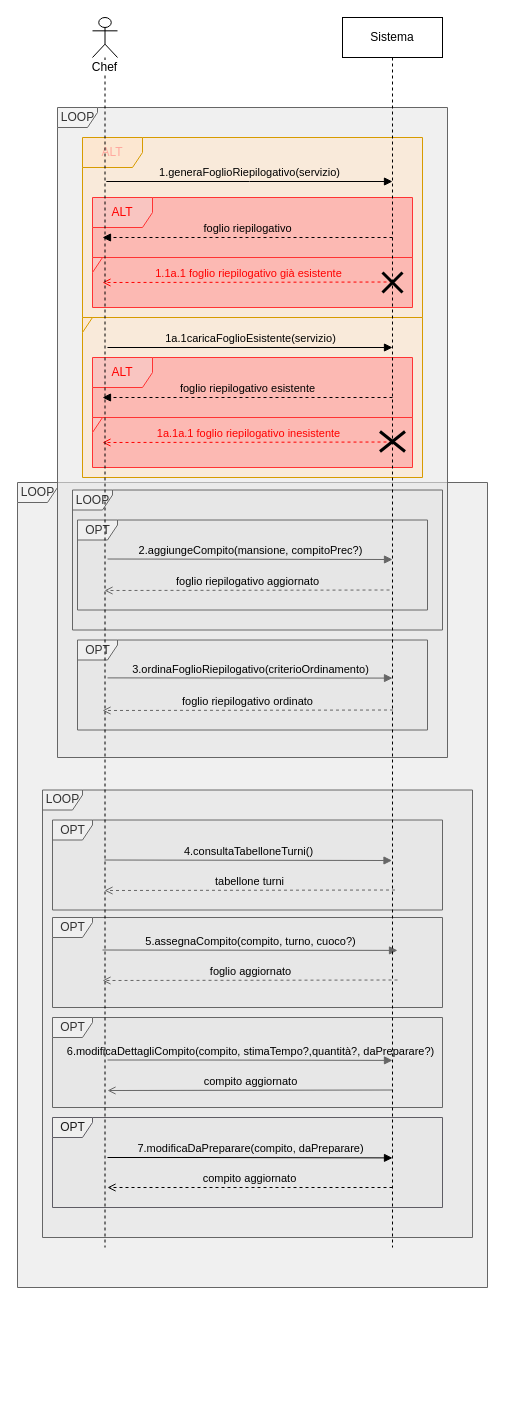
Before: Requisiti/SSD/SSD_estensioni_eccezioni_passo_1.drawio in Giacca01/CateRingProject, a draw.io diagram. Source tidied: cells renumbered, new cells numbered last; positions are measured from the earlier drawing's top-left corner, leaving out a move shared by most shapes. Both pictures are drawn from the tidied source at 100%, with x=0, y=0 at pixel (17, 17).
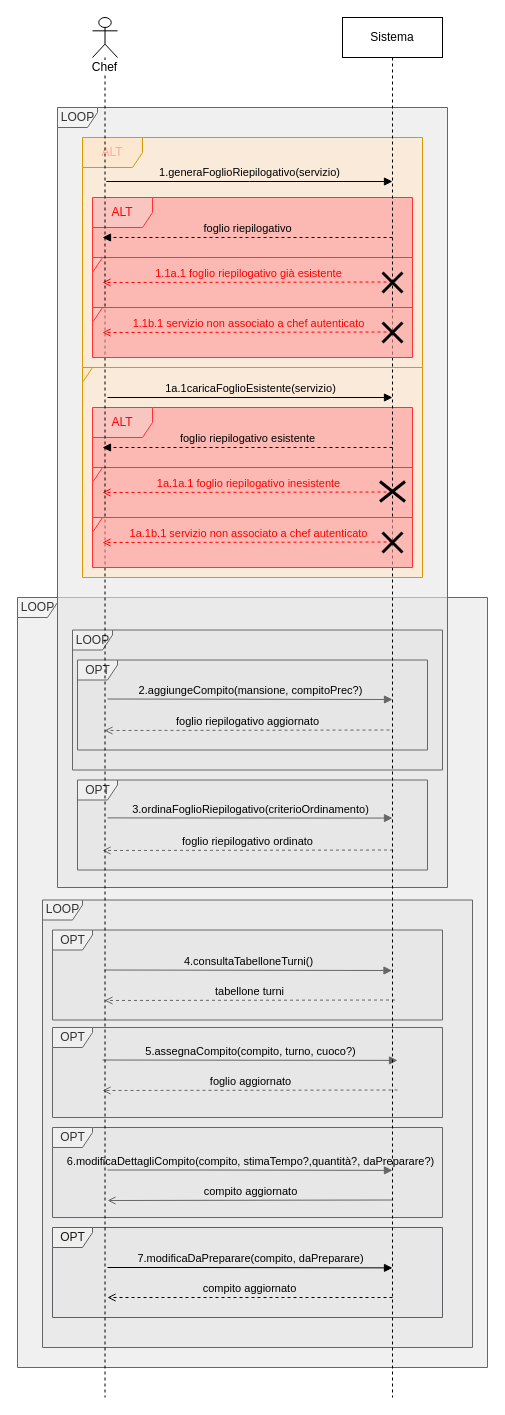
After the change.

Commit message (it also covers changes not shown here):
Modifica SSD Passo1

Change to the diagram source:
```diff
@@
     <mxCell id="2" value="LOOP" style="shape=umlFrame;tabWidth=110;tabHeight=30;tabPosition=left;html=1;boundedLbl=1;labelInHeader=1;width=40;height=20;swimlaneFillColor=#E6E6E6;fillColor=#f5f5f5;strokeColor=#666666;fillOpacity=60;fontColor=#333333;" parent="1" vertex="1">
-      <mxGeometry y="465" width="470" height="805" as="geometry" />
+      <mxGeometry y="580" width="470" height="770" as="geometry" />
     </mxCell>
     <mxCell id="3" value="LOOP" style="shape=umlFrame;tabWidth=110;tabHeight=30;tabPosition=left;html=1;boundedLbl=1;labelInHeader=1;width=40;height=20;swimlaneFillColor=#E6E6E6;fillColor=#f5f5f5;strokeColor=#666666;fillOpacity=60;fontColor=#333333;" parent="1" vertex="1">
-      <mxGeometry x="25" y="772.5" width="430" height="447.5" as="geometry" />
+      <mxGeometry x="25" y="882.5" width="430" height="447.5" as="geometry" />
     </mxCell>
     <mxCell id="4" value="OPT" style="shape=umlFrame;tabWidth=110;tabHeight=30;tabPosition=left;html=1;boundedLbl=1;labelInHeader=1;width=40;height=20;swimlaneFillColor=#E6E6E6;fillColor=#f5f5f5;strokeColor=#666666;fillOpacity=60;fontColor=#333333;" parent="1" vertex="1">
-      <mxGeometry x="35" y="802.5" width="390" height="90" as="geometry" />
+      <mxGeometry x="35" y="912.5" width="390" height="90" as="geometry" />
     </mxCell>
     <mxCell id="5" value="4.consultaTabelloneTurni()" style="html=1;verticalAlign=bottom;endArrow=block;edgeStyle=elbowEdgeStyle;elbow=vertical;curved=0;rounded=0;labelBackgroundColor=none;fillColor=#f5f5f5;strokeColor=#666666;" parent="1" edge="1">
       <mxGeometry relative="1" as="geometry">
-        <mxPoint x="87" y="842.5" as="sourcePoint" />
-        <mxPoint x="374.5" y="842.5" as="targetPoint" />
+        <mxPoint x="87" y="952.5" as="sourcePoint" />
+        <mxPoint x="374.5" y="952.5" as="targetPoint" />
       </mxGeometry>
     </mxCell>
     <mxCell id="6" value="tabellone turni" style="html=1;verticalAlign=bottom;endArrow=open;edgeStyle=elbowEdgeStyle;elbow=vertical;curved=0;rounded=0;labelBackgroundColor=none;endFill=0;dashed=1;fillColor=#f5f5f5;strokeColor=#666666;" parent="1" edge="1">
       <mxGeometry relative="1" as="geometry">
-        <mxPoint x="377.5" y="872.5" as="sourcePoint" />
-        <mxPoint x="87" y="872.5" as="targetPoint" />
+        <mxPoint x="377.5" y="982.5" as="sourcePoint" />
+        <mxPoint x="87" y="982.5" as="targetPoint" />
       </mxGeometry>
     </mxCell>
     <mxCell id="7" value="LOOP" style="shape=umlFrame;tabWidth=110;tabHeight=30;tabPosition=left;html=1;boundedLbl=1;labelInHeader=1;width=40;height=20;swimlaneFillColor=#E6E6E6;fillColor=#f5f5f5;strokeColor=#666666;fillOpacity=60;fontColor=#333333;" parent="1" vertex="1">
-      <mxGeometry x="40" y="90" width="390" height="650" as="geometry" />
+      <mxGeometry x="40" y="90" width="390" height="780" as="geometry" />
     </mxCell>
     <mxCell id="8" value="OPT" style="shape=umlFrame;tabWidth=110;tabHeight=30;tabPosition=left;html=1;boundedLbl=1;labelInHeader=1;width=40;height=20;swimlaneFillColor=#E6E6E6;fillColor=#f5f5f5;strokeColor=#666666;fillOpacity=60;fontColor=#333333;" parent="1" vertex="1">
-      <mxGeometry x="35" y="900" width="390" height="90" as="geometry" />
+      <mxGeometry x="35" y="1010" width="390" height="90" as="geometry" />
     </mxCell>
     <mxCell id="9" value="LOOP" style="shape=umlFrame;tabWidth=110;tabHeight=30;tabPosition=left;html=1;boundedLbl=1;labelInHeader=1;width=40;height=20;swimlaneFillColor=#E6E6E6;fillColor=#f5f5f5;strokeColor=#666666;fillOpacity=60;fontColor=#333333;" parent="1" vertex="1">
-      <mxGeometry x="55" y="472.5" width="370" height="140" as="geometry" />
+      <mxGeometry x="55" y="612.5" width="370" height="140" as="geometry" />
     </mxCell>
     <mxCell id="10" value="OPT" style="shape=umlFrame;tabWidth=110;tabHeight=30;tabPosition=left;html=1;boundedLbl=1;labelInHeader=1;width=40;height=20;swimlaneFillColor=#E6E6E6;fillColor=#f5f5f5;strokeColor=#666666;fillOpacity=60;fontColor=#333333;" parent="1" vertex="1">
-      <mxGeometry x="60" y="622.5" width="350" height="90" as="geometry" />
+      <mxGeometry x="60" y="762.5" width="350" height="90" as="geometry" />
     </mxCell>
@@
     <mxCell id="12" value="OPT" style="shape=umlFrame;tabWidth=110;tabHeight=30;tabPosition=left;html=1;boundedLbl=1;labelInHeader=1;width=40;height=20;swimlaneFillColor=#E6E6E6;fillColor=#f5f5f5;strokeColor=#666666;fillOpacity=60;fontColor=#333333;" parent="1" vertex="1">
-      <mxGeometry x="60" y="502.5" width="350" height="90" as="geometry" />
+      <mxGeometry x="60" y="642.5" width="350" height="90" as="geometry" />
     </mxCell>
     <mxCell id="13" value="2.aggiungeCompito(mansione, compitoPrec?)" style="html=1;verticalAlign=bottom;endArrow=block;edgeStyle=elbowEdgeStyle;elbow=vertical;curved=0;rounded=0;labelBackgroundColor=none;fillColor=#f5f5f5;strokeColor=#666666;" parent="1" edge="1">
       <mxGeometry relative="1" as="geometry">
-        <mxPoint x="90" y="541.5" as="sourcePoint" />
-        <mxPoint x="375" y="541.9" as="targetPoint" />
+        <mxPoint x="90" y="681.5" as="sourcePoint" />
+        <mxPoint x="375" y="681.9" as="targetPoint" />
       </mxGeometry>
     </mxCell>
     <mxCell id="14" value="foglio riepilogativo aggiornato" style="html=1;verticalAlign=bottom;endArrow=open;edgeStyle=elbowEdgeStyle;elbow=vertical;curved=0;rounded=0;labelBackgroundColor=none;endFill=0;dashed=1;fillColor=#f5f5f5;strokeColor=#666666;" parent="1" edge="1">
       <mxGeometry relative="1" as="geometry">
-        <mxPoint x="372" y="572.5" as="sourcePoint" />
-        <mxPoint x="87" y="572.5" as="targetPoint" />
+        <mxPoint x="372" y="712.5" as="sourcePoint" />
+        <mxPoint x="87" y="712.5" as="targetPoint" />
       </mxGeometry>
     </mxCell>
     <mxCell id="15" value="3.ordinaFoglioRiepilogativo(criterioOrdinamento)" style="html=1;verticalAlign=bottom;endArrow=block;edgeStyle=elbowEdgeStyle;elbow=vertical;curved=0;rounded=0;labelBackgroundColor=none;fillColor=#f5f5f5;strokeColor=#666666;" parent="1" edge="1">
       <mxGeometry relative="1" as="geometry">
-        <mxPoint x="90" y="660.4" as="sourcePoint" />
-        <mxPoint x="375" y="660.6" as="targetPoint" />
+        <mxPoint x="90" y="800.4" as="sourcePoint" />
+        <mxPoint x="375" y="800.6" as="targetPoint" />
         <Array as="points">
-          <mxPoint x="185.5" y="660.6" />
+          <mxPoint x="185.5" y="800.6" />
         </Array>
       </mxGeometry>
     </mxCell>
     <mxCell id="16" value="OPT" style="shape=umlFrame;tabWidth=110;tabHeight=30;tabPosition=left;html=1;boundedLbl=1;labelInHeader=1;width=40;height=20;swimlaneFillColor=#E6E6E6;fillColor=#f5f5f5;strokeColor=#666666;fillOpacity=60;fontColor=#333333;" parent="1" vertex="1">
-      <mxGeometry x="35" y="1000" width="390" height="90" as="geometry" />
+      <mxGeometry x="35" y="1110" width="390" height="90" as="geometry" />
     </mxCell>
     <mxCell id="17" value="5.assegnaCompito(compito, turno, cuoco?)" style="html=1;verticalAlign=bottom;endArrow=block;edgeStyle=elbowEdgeStyle;elbow=vertical;curved=0;rounded=0;labelBackgroundColor=none;fillColor=#f5f5f5;strokeColor=#666666;" parent="1" edge="1">
       <mxGeometry relative="1" as="geometry">
-        <mxPoint x="85" y="932.5" as="sourcePoint" />
-        <mxPoint x="380" y="932.9" as="targetPoint" />
+        <mxPoint x="85" y="1042.5" as="sourcePoint" />
+        <mxPoint x="380" y="1042.9" as="targetPoint" />
         <Array as="points">
-          <mxPoint x="190.5" y="932.9" />
+          <mxPoint x="190.5" y="1042.9" />
         </Array>
       </mxGeometry>
     </mxCell>
     <mxCell id="18" value="foglio aggiornato" style="html=1;verticalAlign=bottom;endArrow=open;edgeStyle=elbowEdgeStyle;elbow=vertical;curved=0;rounded=0;labelBackgroundColor=none;endFill=0;dashed=1;fillColor=#f5f5f5;strokeColor=#666666;" parent="1" edge="1">
       <mxGeometry relative="1" as="geometry">
-        <mxPoint x="380" y="962.5" as="sourcePoint" />
-        <mxPoint x="85" y="962.5" as="targetPoint" />
+        <mxPoint x="380" y="1072.5" as="sourcePoint" />
+        <mxPoint x="85" y="1072.5" as="targetPoint" />
       </mxGeometry>
     </mxCell>
     <mxCell id="19" value="ALT" style="shape=umlFrame;whiteSpace=wrap;html=1;fontColor=#FFA89E;swimlaneFillColor=#FFE6CC;fillColor=#ffe6cc;strokeColor=#d79b00;fillOpacity=60;" parent="1" vertex="1">
-      <mxGeometry x="65" y="120" width="340" height="180" as="geometry" />
+      <mxGeometry x="65" y="120" width="340" height="230" as="geometry" />
     </mxCell>
     <mxCell id="20" style="shape=umlFrame;whiteSpace=wrap;html=1;fontColor=#FFA89E;swimlaneFillColor=#FFE6CC;fillColor=#ffe6cc;strokeColor=#d79b00;fillOpacity=60;width=10;height=15;" parent="1" vertex="1">
-      <mxGeometry x="65" y="300" width="340" height="160" as="geometry" />
+      <mxGeometry x="65" y="350" width="340" height="210" as="geometry" />
     </mxCell>
@@
     <mxCell id="22" value="1a.1caricaFoglioEsistente(servizio)" style="html=1;verticalAlign=bottom;endArrow=block;edgeStyle=elbowEdgeStyle;elbow=vertical;curved=0;rounded=0;labelBackgroundColor=none;" parent="1" edge="1">
       <mxGeometry relative="1" as="geometry">
-        <mxPoint x="90" y="330" as="sourcePoint" />
-        <mxPoint x="375" y="330" as="targetPoint" />
+        <mxPoint x="90" y="380" as="sourcePoint" />
+        <mxPoint x="375" y="380" as="targetPoint" />
         <Array as="points">
-          <mxPoint x="180.5" y="330" />
+          <mxPoint x="180.5" y="380" />
         </Array>
       </mxGeometry>
     </mxCell>
@@
     <mxCell id="29" style="group;" parent="1" vertex="1">
-      <mxGeometry x="75" y="340" width="320" height="110" as="geometry" />
+      <mxGeometry x="75" y="390" width="320" height="110" as="geometry" />
     </mxCell>
@@
     <mxCell id="34" value="6.modificaDettagliCompito(compito, stimaTempo?,quantità?, daPreparare?)" style="html=1;verticalAlign=bottom;endArrow=block;edgeStyle=elbowEdgeStyle;elbow=horizontal;curved=0;rounded=0;labelBackgroundColor=none;fillColor=#f5f5f5;strokeColor=#666666;" parent="1" edge="1">
       <mxGeometry relative="1" as="geometry">
-        <mxPoint x="90" y="1042.5" as="sourcePoint" />
-        <mxPoint x="375" y="1042.9" as="targetPoint" />
+        <mxPoint x="90" y="1152.5" as="sourcePoint" />
+        <mxPoint x="375" y="1152.9" as="targetPoint" />
         <Array as="points">
-          <mxPoint x="185.5" y="1042.9" />
+          <mxPoint x="185.5" y="1152.9" />
         </Array>
       </mxGeometry>
     </mxCell>
     <mxCell id="35" value="compito aggiornato" style="html=1;verticalAlign=bottom;endArrow=open;edgeStyle=elbowEdgeStyle;elbow=vertical;curved=0;rounded=0;labelBackgroundColor=none;fillColor=#f5f5f5;strokeColor=#666666;endFill=0;" parent="1" edge="1">
       <mxGeometry relative="1" as="geometry">
-        <mxPoint x="375" y="1072.5" as="sourcePoint" />
-        <mxPoint x="90" y="1072.5" as="targetPoint" />
+        <mxPoint x="375" y="1182.5" as="sourcePoint" />
+        <mxPoint x="90" y="1182.5" as="targetPoint" />
       </mxGeometry>
     </mxCell>
     <mxCell id="36" value="OPT" style="shape=umlFrame;tabWidth=110;tabHeight=30;tabPosition=left;html=1;boundedLbl=1;labelInHeader=1;width=40;height=20;swimlaneFillColor=#E6E6E6;fillColor=#f6f5f4;strokeColor=#5e5c64;fillOpacity=60;fontColor=#1A1A1A;" parent="1" vertex="1">
-      <mxGeometry x="35" y="1100" width="390" height="90" as="geometry" />
+      <mxGeometry x="35" y="1210" width="390" height="90" as="geometry" />
     </mxCell>
     <mxCell id="37" value="7.modificaDaPreparare(compito, daPreparare)" style="html=1;verticalAlign=bottom;endArrow=block;edgeStyle=elbowEdgeStyle;elbow=horizontal;curved=0;rounded=0;labelBackgroundColor=none;" parent="1" edge="1">
       <mxGeometry relative="1" as="geometry">
-        <mxPoint x="90" y="1140" as="sourcePoint" />
-        <mxPoint x="375" y="1140.4" as="targetPoint" />
+        <mxPoint x="90" y="1250" as="sourcePoint" />
+        <mxPoint x="375" y="1250.4" as="targetPoint" />
         <Array as="points">
-          <mxPoint x="185.5" y="1140.4" />
+          <mxPoint x="185.5" y="1250.4" />
         </Array>
       </mxGeometry>
     </mxCell>
     <mxCell id="38" value="compito aggiornato" style="html=1;verticalAlign=bottom;endArrow=open;edgeStyle=elbowEdgeStyle;elbow=vertical;curved=0;rounded=0;labelBackgroundColor=none;endFill=0;dashed=1;" parent="1" edge="1">
       <mxGeometry relative="1" as="geometry">
-        <mxPoint x="375" y="1170" as="sourcePoint" />
-        <mxPoint x="90" y="1170" as="targetPoint" />
+        <mxPoint x="375" y="1280" as="sourcePoint" />
+        <mxPoint x="90" y="1280" as="targetPoint" />
       </mxGeometry>
     </mxCell>
     <mxCell id="39" value="Chef" style="shape=umlLifeline;participant=umlActor;perimeter=lifelinePerimeter;whiteSpace=wrap;html=1;verticalAlign=top;spacingTop=36;labelBackgroundColor=default;" parent="1" vertex="1">
-      <mxGeometry x="75" width="25" height="1230" as="geometry" />
+      <mxGeometry x="75" width="25" height="1380" as="geometry" />
     </mxCell>
     <mxCell id="40" value="Sistema" style="shape=umlLifeline;perimeter=lifelinePerimeter;whiteSpace=wrap;html=1;labelBackgroundColor=none;" parent="1" vertex="1">
-      <mxGeometry x="325" width="100" height="1230" as="geometry" />
+      <mxGeometry x="325" width="100" height="1380" as="geometry" />
     </mxCell>
     <mxCell id="41" style="shape=umlDestroy;whiteSpace=wrap;html=1;strokeWidth=3;targetShapes=umlLifeline;" parent="40" vertex="1">
-      <mxGeometry x="37.5" y="414" width="25" height="20" as="geometry" />
+      <mxGeometry x="37.5" y="464" width="25" height="20" as="geometry" />
     </mxCell>
+    <mxCell id="42" style="shape=umlFrame;whiteSpace=wrap;html=1;swimlaneFillColor=#FF9999;fillColor=#f8cecc;strokeColor=#FF3333;fillOpacity=60;fontColor=#FF0000;width=10;height=15;" parent="1" vertex="1">
+      <mxGeometry x="75" y="290" width="320" height="50" as="geometry" />
+    </mxCell>
+    <mxCell id="43" value="1.1b.1 servizio non associato a chef autenticato" style="html=1;verticalAlign=bottom;endArrow=open;edgeStyle=elbowEdgeStyle;elbow=vertical;curved=0;rounded=0;labelBackgroundColor=none;dashed=1;strokeColor=#FF0000;fontColor=#FF0000;endFill=0;" parent="1" edge="1">
+      <mxGeometry relative="1" as="geometry">
+        <mxPoint x="375" y="314.5" as="sourcePoint" />
+        <mxPoint x="85" y="314.6" as="targetPoint" />
+      </mxGeometry>
+    </mxCell>
+    <mxCell id="44" style="shape=umlDestroy;whiteSpace=wrap;html=1;strokeWidth=3;targetShapes=umlLifeline;" parent="1" vertex="1">
+      <mxGeometry x="365" y="305" width="20" height="20" as="geometry" />
+    </mxCell>
+    <mxCell id="45" style="shape=umlFrame;whiteSpace=wrap;html=1;swimlaneFillColor=#FF9999;fillColor=#f8cecc;strokeColor=#FF3333;fillOpacity=60;fontColor=#FF0000;width=10;height=15;" parent="1" vertex="1">
+      <mxGeometry x="75" y="500" width="320" height="50" as="geometry" />
+    </mxCell>
+    <mxCell id="46" value="1a.1b.1 servizio non associato a chef autenticato" style="html=1;verticalAlign=bottom;endArrow=open;edgeStyle=elbowEdgeStyle;elbow=vertical;curved=0;rounded=0;labelBackgroundColor=none;dashed=1;strokeColor=#FF0000;fontColor=#FF0000;endFill=0;" parent="1" edge="1">
+      <mxGeometry relative="1" as="geometry">
+        <mxPoint x="375" y="524.5" as="sourcePoint" />
+        <mxPoint x="85" y="524.6" as="targetPoint" />
+      </mxGeometry>
+    </mxCell>
+    <mxCell id="47" style="shape=umlDestroy;whiteSpace=wrap;html=1;strokeWidth=3;targetShapes=umlLifeline;" parent="1" vertex="1">
+      <mxGeometry x="365" y="515" width="20" height="20" as="geometry" />
+    </mxCell>
```
